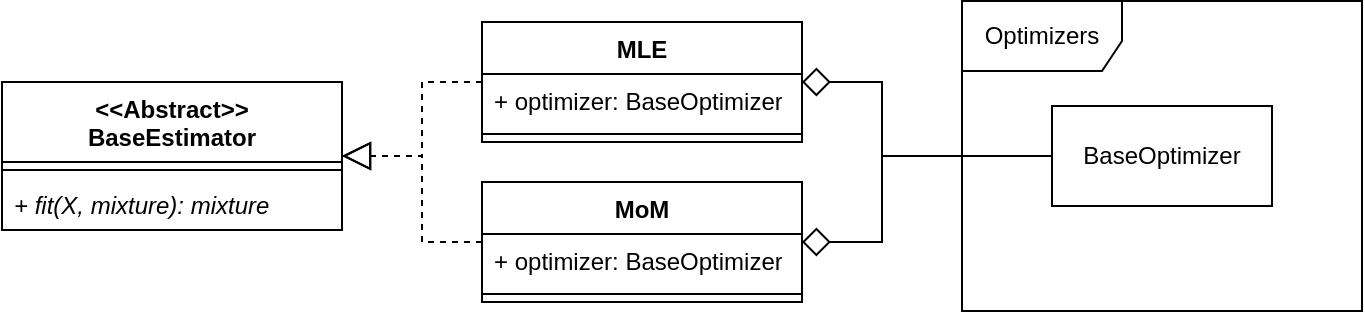
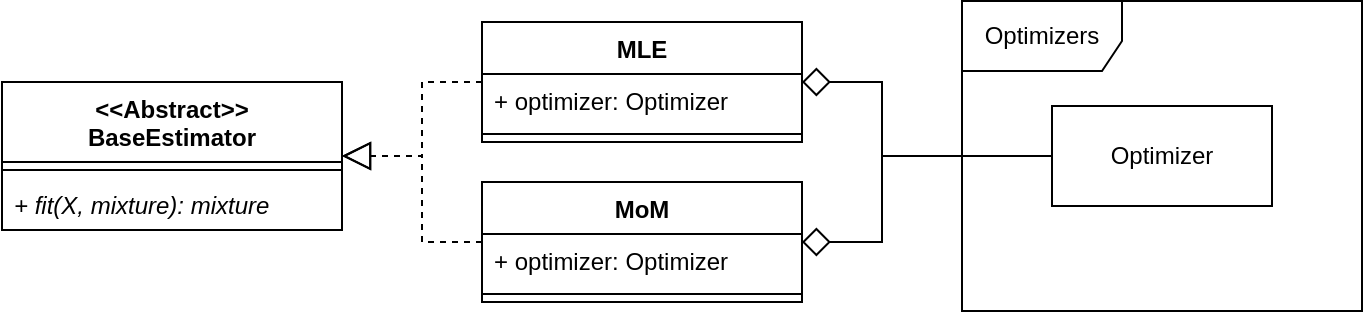
- <mxfile host="app.diagrams.net" agent="Mozilla/5.0 (X11; Linux x86_64; rv:141.0) Gecko/20100101 Firefox/141.0" version="28.0.7">
+ <mxfile host="app.diagrams.net" agent="Mozilla/5.0 (X11; Linux x86_64; rv:142.0) Gecko/20100101 Firefox/142.0" scale="3" border="30" version="28.2.5">
  <diagram name="Страница — 1" id="Osqw1eUqLj0HRudWQkE8">
-     <mxGraphModel dx="860" dy="467" grid="1" gridSize="10" guides="1" tooltips="1" connect="1" arrows="1" fold="1" page="1" pageScale="1" pageWidth="827" pageHeight="1169" math="0" shadow="0">
+     <mxGraphModel dx="989" dy="482" grid="1" gridSize="10" guides="1" tooltips="1" connect="1" arrows="1" fold="1" page="1" pageScale="1" pageWidth="827" pageHeight="1169" math="0" shadow="0">
      <root>
        <mxCell id="0" />
        <mxCell id="1" parent="0" />
-         <mxCell id="v0FUj7CmPA7I72fwzHcH-1" value="&lt;div&gt;&amp;lt;&amp;lt;Abstract&amp;gt;&amp;gt;&lt;/div&gt;&lt;div&gt;BaseEstimator&lt;/div&gt;" style="swimlane;fontStyle=1;align=center;verticalAlign=top;childLayout=stackLayout;horizontal=1;startSize=40;horizontalStack=0;resizeParent=1;resizeParentMax=0;resizeLast=0;collapsible=1;marginBottom=0;whiteSpace=wrap;html=1;" vertex="1" parent="1">
+         <mxCell id="v0FUj7CmPA7I72fwzHcH-1" value="&lt;div&gt;&amp;lt;&amp;lt;Abstract&amp;gt;&amp;gt;&lt;/div&gt;&lt;div&gt;BaseEstimator&lt;/div&gt;" style="swimlane;fontStyle=1;align=center;verticalAlign=top;childLayout=stackLayout;horizontal=1;startSize=40;horizontalStack=0;resizeParent=1;resizeParentMax=0;resizeLast=0;collapsible=1;marginBottom=0;whiteSpace=wrap;html=1;" parent="1" vertex="1">
          <mxGeometry x="210" y="290" width="170" height="74" as="geometry" />
        </mxCell>
-         <mxCell id="v0FUj7CmPA7I72fwzHcH-3" value="" style="line;strokeWidth=1;fillColor=none;align=left;verticalAlign=middle;spacingTop=-1;spacingLeft=3;spacingRight=3;rotatable=0;labelPosition=right;points=[];portConstraint=eastwest;strokeColor=inherit;" vertex="1" parent="v0FUj7CmPA7I72fwzHcH-1">
+         <mxCell id="v0FUj7CmPA7I72fwzHcH-3" value="" style="line;strokeWidth=1;fillColor=none;align=left;verticalAlign=middle;spacingTop=-1;spacingLeft=3;spacingRight=3;rotatable=0;labelPosition=right;points=[];portConstraint=eastwest;strokeColor=inherit;" parent="v0FUj7CmPA7I72fwzHcH-1" vertex="1">
          <mxGeometry y="40" width="170" height="8" as="geometry" />
        </mxCell>
-         <mxCell id="v0FUj7CmPA7I72fwzHcH-2" value="&lt;i&gt;+ fit(X, mixture): mixture&lt;/i&gt;" style="text;strokeColor=none;fillColor=none;align=left;verticalAlign=top;spacingLeft=4;spacingRight=4;overflow=hidden;rotatable=0;points=[[0,0.5],[1,0.5]];portConstraint=eastwest;whiteSpace=wrap;html=1;" vertex="1" parent="v0FUj7CmPA7I72fwzHcH-1">
+         <mxCell id="v0FUj7CmPA7I72fwzHcH-2" value="&lt;i&gt;+ fit(X, mixture): mixture&lt;/i&gt;" style="text;strokeColor=none;fillColor=none;align=left;verticalAlign=top;spacingLeft=4;spacingRight=4;overflow=hidden;rotatable=0;points=[[0,0.5],[1,0.5]];portConstraint=eastwest;whiteSpace=wrap;html=1;" parent="v0FUj7CmPA7I72fwzHcH-1" vertex="1">
          <mxGeometry y="48" width="170" height="26" as="geometry" />
        </mxCell>
-         <mxCell id="v0FUj7CmPA7I72fwzHcH-19" style="edgeStyle=orthogonalEdgeStyle;rounded=0;orthogonalLoop=1;jettySize=auto;html=1;endArrow=block;endFill=0;endSize=12;dashed=1;" edge="1" parent="1" source="v0FUj7CmPA7I72fwzHcH-12" target="v0FUj7CmPA7I72fwzHcH-1">
+         <mxCell id="v0FUj7CmPA7I72fwzHcH-19" style="edgeStyle=orthogonalEdgeStyle;rounded=0;orthogonalLoop=1;jettySize=auto;html=1;endArrow=block;endFill=0;endSize=12;dashed=1;" parent="1" source="v0FUj7CmPA7I72fwzHcH-12" target="v0FUj7CmPA7I72fwzHcH-1" edge="1">
          <mxGeometry relative="1" as="geometry" />
        </mxCell>
-         <mxCell id="v0FUj7CmPA7I72fwzHcH-12" value="MLE" style="swimlane;fontStyle=1;align=center;verticalAlign=top;childLayout=stackLayout;horizontal=1;startSize=26;horizontalStack=0;resizeParent=1;resizeParentMax=0;resizeLast=0;collapsible=1;marginBottom=0;whiteSpace=wrap;html=1;" vertex="1" parent="1">
+         <mxCell id="v0FUj7CmPA7I72fwzHcH-12" value="MLE" style="swimlane;fontStyle=1;align=center;verticalAlign=top;childLayout=stackLayout;horizontal=1;startSize=26;horizontalStack=0;resizeParent=1;resizeParentMax=0;resizeLast=0;collapsible=1;marginBottom=0;whiteSpace=wrap;html=1;" parent="1" vertex="1">
          <mxGeometry x="450" y="260" width="160" height="60" as="geometry" />
        </mxCell>
-         <mxCell id="v0FUj7CmPA7I72fwzHcH-13" value="+ optimizer: BaseOptimizer" style="text;strokeColor=none;fillColor=none;align=left;verticalAlign=top;spacingLeft=4;spacingRight=4;overflow=hidden;rotatable=0;points=[[0,0.5],[1,0.5]];portConstraint=eastwest;whiteSpace=wrap;html=1;" vertex="1" parent="v0FUj7CmPA7I72fwzHcH-12">
+         <mxCell id="v0FUj7CmPA7I72fwzHcH-13" value="+ optimizer: Optimizer" style="text;strokeColor=none;fillColor=none;align=left;verticalAlign=top;spacingLeft=4;spacingRight=4;overflow=hidden;rotatable=0;points=[[0,0.5],[1,0.5]];portConstraint=eastwest;whiteSpace=wrap;html=1;" parent="v0FUj7CmPA7I72fwzHcH-12" vertex="1">
          <mxGeometry y="26" width="160" height="26" as="geometry" />
        </mxCell>
-         <mxCell id="v0FUj7CmPA7I72fwzHcH-14" value="" style="line;strokeWidth=1;fillColor=none;align=left;verticalAlign=middle;spacingTop=-1;spacingLeft=3;spacingRight=3;rotatable=0;labelPosition=right;points=[];portConstraint=eastwest;strokeColor=inherit;" vertex="1" parent="v0FUj7CmPA7I72fwzHcH-12">
+         <mxCell id="v0FUj7CmPA7I72fwzHcH-14" value="" style="line;strokeWidth=1;fillColor=none;align=left;verticalAlign=middle;spacingTop=-1;spacingLeft=3;spacingRight=3;rotatable=0;labelPosition=right;points=[];portConstraint=eastwest;strokeColor=inherit;" parent="v0FUj7CmPA7I72fwzHcH-12" vertex="1">
          <mxGeometry y="52" width="160" height="8" as="geometry" />
        </mxCell>
-         <mxCell id="v0FUj7CmPA7I72fwzHcH-18" style="edgeStyle=orthogonalEdgeStyle;rounded=0;orthogonalLoop=1;jettySize=auto;html=1;endArrow=block;endFill=0;endSize=12;dashed=1;" edge="1" parent="1" source="v0FUj7CmPA7I72fwzHcH-15" target="v0FUj7CmPA7I72fwzHcH-1">
+         <mxCell id="v0FUj7CmPA7I72fwzHcH-18" style="edgeStyle=orthogonalEdgeStyle;rounded=0;orthogonalLoop=1;jettySize=auto;html=1;endArrow=block;endFill=0;endSize=12;dashed=1;" parent="1" source="v0FUj7CmPA7I72fwzHcH-15" target="v0FUj7CmPA7I72fwzHcH-1" edge="1">
          <mxGeometry relative="1" as="geometry" />
        </mxCell>
-         <mxCell id="v0FUj7CmPA7I72fwzHcH-15" value="MoM" style="swimlane;fontStyle=1;align=center;verticalAlign=top;childLayout=stackLayout;horizontal=1;startSize=26;horizontalStack=0;resizeParent=1;resizeParentMax=0;resizeLast=0;collapsible=1;marginBottom=0;whiteSpace=wrap;html=1;" vertex="1" parent="1">
+         <mxCell id="v0FUj7CmPA7I72fwzHcH-15" value="MoM" style="swimlane;fontStyle=1;align=center;verticalAlign=top;childLayout=stackLayout;horizontal=1;startSize=26;horizontalStack=0;resizeParent=1;resizeParentMax=0;resizeLast=0;collapsible=1;marginBottom=0;whiteSpace=wrap;html=1;" parent="1" vertex="1">
          <mxGeometry x="450" y="340" width="160" height="60" as="geometry" />
        </mxCell>
-         <mxCell id="v0FUj7CmPA7I72fwzHcH-16" value="+ optimizer: BaseOptimizer" style="text;strokeColor=none;fillColor=none;align=left;verticalAlign=top;spacingLeft=4;spacingRight=4;overflow=hidden;rotatable=0;points=[[0,0.5],[1,0.5]];portConstraint=eastwest;whiteSpace=wrap;html=1;" vertex="1" parent="v0FUj7CmPA7I72fwzHcH-15">
+         <mxCell id="v0FUj7CmPA7I72fwzHcH-16" value="+ optimizer: Optimizer" style="text;strokeColor=none;fillColor=none;align=left;verticalAlign=top;spacingLeft=4;spacingRight=4;overflow=hidden;rotatable=0;points=[[0,0.5],[1,0.5]];portConstraint=eastwest;whiteSpace=wrap;html=1;" parent="v0FUj7CmPA7I72fwzHcH-15" vertex="1">
          <mxGeometry y="26" width="160" height="26" as="geometry" />
        </mxCell>
-         <mxCell id="v0FUj7CmPA7I72fwzHcH-17" value="" style="line;strokeWidth=1;fillColor=none;align=left;verticalAlign=middle;spacingTop=-1;spacingLeft=3;spacingRight=3;rotatable=0;labelPosition=right;points=[];portConstraint=eastwest;strokeColor=inherit;" vertex="1" parent="v0FUj7CmPA7I72fwzHcH-15">
+         <mxCell id="v0FUj7CmPA7I72fwzHcH-17" value="" style="line;strokeWidth=1;fillColor=none;align=left;verticalAlign=middle;spacingTop=-1;spacingLeft=3;spacingRight=3;rotatable=0;labelPosition=right;points=[];portConstraint=eastwest;strokeColor=inherit;" parent="v0FUj7CmPA7I72fwzHcH-15" vertex="1">
          <mxGeometry y="52" width="160" height="8" as="geometry" />
        </mxCell>
-         <mxCell id="v0FUj7CmPA7I72fwzHcH-20" value="Optimizers" style="shape=umlFrame;whiteSpace=wrap;html=1;pointerEvents=0;width=80;height=35;" vertex="1" parent="1">
+         <mxCell id="v0FUj7CmPA7I72fwzHcH-20" value="Optimizers" style="shape=umlFrame;whiteSpace=wrap;html=1;pointerEvents=0;width=80;height=35;" parent="1" vertex="1">
          <mxGeometry x="690" y="249.5" width="200" height="155" as="geometry" />
        </mxCell>
-         <mxCell id="v0FUj7CmPA7I72fwzHcH-24" style="edgeStyle=orthogonalEdgeStyle;rounded=0;orthogonalLoop=1;jettySize=auto;html=1;endArrow=diamond;endFill=0;endSize=12;" edge="1" parent="1" source="v0FUj7CmPA7I72fwzHcH-21" target="v0FUj7CmPA7I72fwzHcH-12">
+         <mxCell id="v0FUj7CmPA7I72fwzHcH-24" style="edgeStyle=orthogonalEdgeStyle;rounded=0;orthogonalLoop=1;jettySize=auto;html=1;endArrow=diamond;endFill=0;endSize=12;" parent="1" source="v0FUj7CmPA7I72fwzHcH-21" target="v0FUj7CmPA7I72fwzHcH-12" edge="1">
          <mxGeometry relative="1" as="geometry">
            <Array as="points">
              <mxPoint x="650" y="327" />
              <mxPoint x="650" y="290" />
            </Array>
          </mxGeometry>
        </mxCell>
-         <mxCell id="v0FUj7CmPA7I72fwzHcH-25" style="edgeStyle=orthogonalEdgeStyle;rounded=0;orthogonalLoop=1;jettySize=auto;html=1;endArrow=diamond;endFill=0;endSize=12;" edge="1" parent="1" source="v0FUj7CmPA7I72fwzHcH-21" target="v0FUj7CmPA7I72fwzHcH-15">
+         <mxCell id="v0FUj7CmPA7I72fwzHcH-25" style="edgeStyle=orthogonalEdgeStyle;rounded=0;orthogonalLoop=1;jettySize=auto;html=1;endArrow=diamond;endFill=0;endSize=12;" parent="1" source="v0FUj7CmPA7I72fwzHcH-21" target="v0FUj7CmPA7I72fwzHcH-15" edge="1">
          <mxGeometry relative="1" as="geometry">
            <Array as="points">
              <mxPoint x="650" y="327" />
              <mxPoint x="650" y="370" />
            </Array>
          </mxGeometry>
        </mxCell>
-         <mxCell id="v0FUj7CmPA7I72fwzHcH-21" value="BaseOptimizer" style="html=1;whiteSpace=wrap;" vertex="1" parent="1">
+         <mxCell id="v0FUj7CmPA7I72fwzHcH-21" value="Optimizer" style="html=1;whiteSpace=wrap;" parent="1" vertex="1">
          <mxGeometry x="735" y="302" width="110" height="50" as="geometry" />
        </mxCell>
      </root>
    </mxGraphModel>
  </diagram>
</mxfile>
